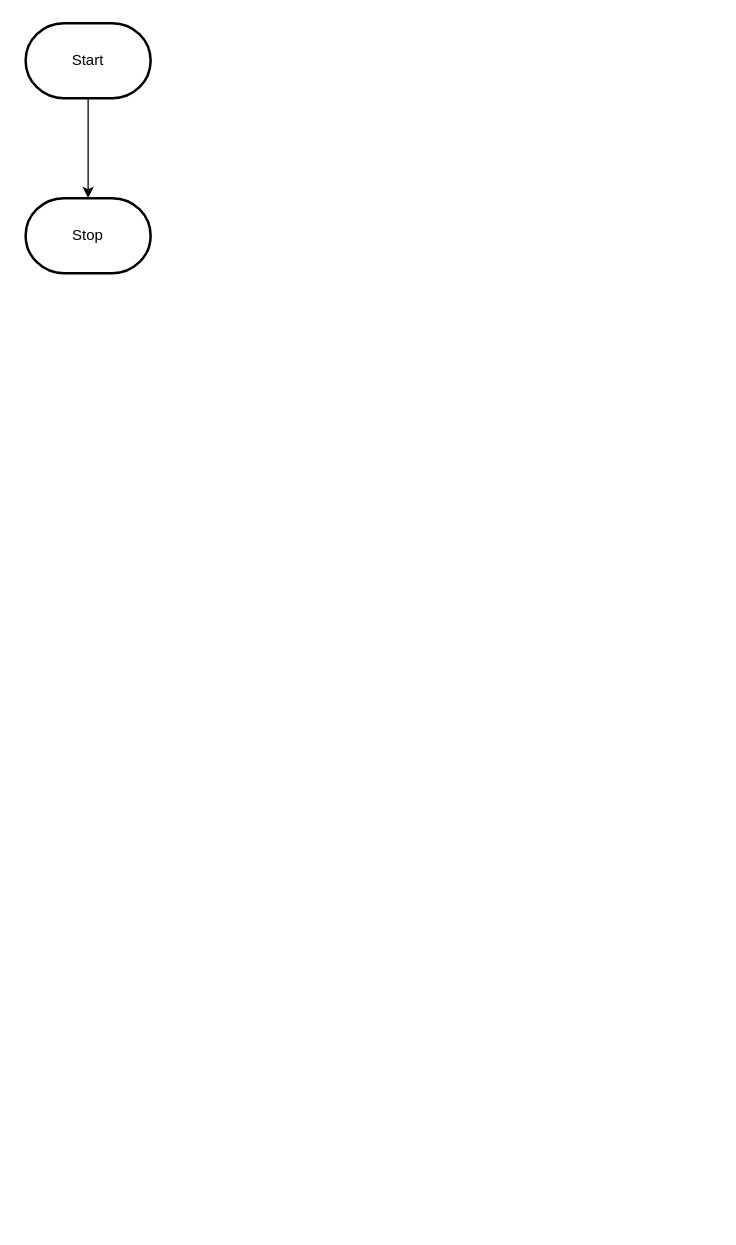
MTHS-ICS2O-2-2022/ICS2O-Unit-5-06-Bonnie-Zhu keeps this draw.io diagram as design/flowchart.drawio. Above is the earlier version. Source tidied: cells renumbered, new cells numbered last; positions are measured from the earlier drawing's top-left corner, leaving out a move shared by most shapes. Both pictures are drawn from the tidied source at 125%, with x=0, y=0 at pixel (25, 22).
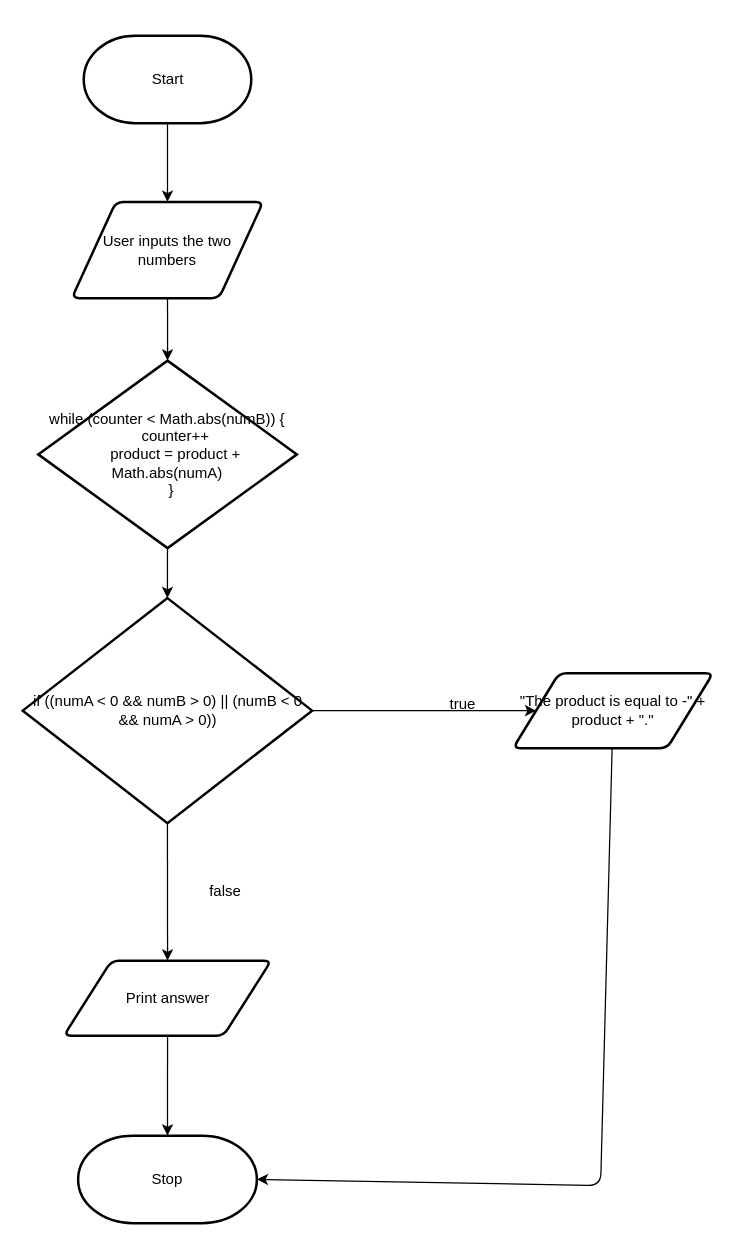
After the change.

The edit, as a diff of the source:
```diff
@@
 <mxGraphModel>
   <root>
     <mxCell id="0" />
     <mxCell id="1" parent="0" />
-    <mxCell id="2" style="edgeStyle=orthogonalEdgeStyle;html=1;rounded=0;" parent="1" edge="1" source="3" target="4">
-      <mxGeometry relative="1" as="geometry" />
-    </mxCell>
+    <mxCell id="5" style="edgeStyle=none;html=1;" parent="1" edge="1" source="3" target="7">
+      <mxGeometry relative="1" as="geometry" />
+    </mxCell>
     <mxCell id="3" value="Start" style="strokeWidth=2;html=1;shape=mxgraph.flowchart.terminator;whiteSpace=wrap;" parent="1" vertex="1">
-      <mxGeometry width="100" height="60" as="geometry" />
+      <mxGeometry x="46.5" y="10" width="134" height="70" as="geometry" />
     </mxCell>
+    <mxCell id="6" style="edgeStyle=none;html=1;entryX=0.5;entryY=0;entryDx=0;entryDy=0;entryPerimeter=0;" parent="1" edge="1" source="7" target="14">
+      <mxGeometry relative="1" as="geometry" />
+    </mxCell>
+    <mxCell id="7" value="User inputs the two numbers" style="shape=parallelogram;html=1;strokeWidth=2;perimeter=parallelogramPerimeter;whiteSpace=wrap;rounded=1;arcSize=12;size=0.23;" parent="1" vertex="1">
+      <mxGeometry x="37" y="143" width="153" height="77" as="geometry" />
+    </mxCell>
+    <mxCell id="8" style="edgeStyle=none;html=1;" parent="1" edge="1" source="9" target="4">
+      <mxGeometry relative="1" as="geometry" />
+    </mxCell>
+    <mxCell id="9" value="&lt;div&gt;Print answer&lt;/div&gt;" style="shape=parallelogram;html=1;strokeWidth=2;perimeter=parallelogramPerimeter;whiteSpace=wrap;rounded=1;arcSize=12;size=0.23;" parent="1" vertex="1">
+      <mxGeometry x="30.6" y="750" width="165.9" height="60" as="geometry" />
+    </mxCell>
     <mxCell id="4" value="Stop" style="strokeWidth=2;html=1;shape=mxgraph.flowchart.terminator;whiteSpace=wrap;" parent="1" vertex="1">
-      <mxGeometry y="140" width="100" height="60" as="geometry" />
+      <mxGeometry x="42" y="890" width="143" height="70" as="geometry" />
     </mxCell>
+    <mxCell id="10" style="edgeStyle=none;html=1;exitX=0.5;exitY=1;exitDx=0;exitDy=0;exitPerimeter=0;entryX=0.5;entryY=0;entryDx=0;entryDy=0;" parent="1" edge="1" source="12" target="9">
+      <mxGeometry relative="1" as="geometry" />
+    </mxCell>
+    <mxCell id="11" style="edgeStyle=none;html=1;" parent="1" edge="1" source="12" target="16">
+      <mxGeometry relative="1" as="geometry" />
+    </mxCell>
+    <mxCell id="12" value="if ((numA &amp;lt; 0 &amp;amp;&amp;amp; numB &amp;gt; 0) || (numB &amp;lt; 0 &amp;amp;&amp;amp; numA &amp;gt; 0))" style="strokeWidth=2;html=1;shape=mxgraph.flowchart.decision;whiteSpace=wrap;" parent="1" vertex="1">
+      <mxGeometry x="-2.3" y="460" width="231.5" height="180" as="geometry" />
+    </mxCell>
+    <mxCell id="13" style="edgeStyle=none;html=1;entryX=0.5;entryY=0;entryDx=0;entryDy=0;entryPerimeter=0;" parent="1" edge="1" source="14" target="12">
+      <mxGeometry relative="1" as="geometry" />
+    </mxCell>
+    <mxCell id="14" value="&lt;div&gt;while (counter &amp;lt; Math.abs(numB)) {&lt;/div&gt;&lt;div&gt;&amp;nbsp; &amp;nbsp; counter++&lt;/div&gt;&lt;div&gt;&amp;nbsp; &amp;nbsp; product = product + Math.abs(numA)&lt;/div&gt;&lt;div&gt;&amp;nbsp; }&lt;/div&gt;" style="strokeWidth=2;html=1;shape=mxgraph.flowchart.decision;whiteSpace=wrap;" parent="1" vertex="1">
+      <mxGeometry x="10.1" y="270" width="206.9" height="150" as="geometry" />
+    </mxCell>
+    <mxCell id="15" style="edgeStyle=none;html=1;entryX=1;entryY=0.5;entryDx=0;entryDy=0;entryPerimeter=0;" parent="1" edge="1" source="16" target="4">
+      <mxGeometry relative="1" as="geometry">
+        <Array as="points">
+          <mxPoint x="460" y="930" />
+        </Array>
+      </mxGeometry>
+    </mxCell>
+    <mxCell id="16" value="&quot;The product is equal to -&quot; + product + &quot;.&quot;" style="shape=parallelogram;html=1;strokeWidth=2;perimeter=parallelogramPerimeter;whiteSpace=wrap;rounded=1;arcSize=12;size=0.23;" parent="1" vertex="1">
+      <mxGeometry x="390" y="520" width="160" height="60" as="geometry" />
+    </mxCell>
+    <mxCell id="17" value="true" style="text;html=1;strokeColor=none;fillColor=none;align=center;verticalAlign=middle;whiteSpace=wrap;rounded=0;" parent="1" vertex="1">
+      <mxGeometry x="320" y="530" width="60" height="30" as="geometry" />
+    </mxCell>
+    <mxCell id="18" value="false" style="text;html=1;strokeColor=none;fillColor=none;align=center;verticalAlign=middle;whiteSpace=wrap;rounded=0;" parent="1" vertex="1">
+      <mxGeometry x="130" y="680" width="60" height="30" as="geometry" />
+    </mxCell>
   </root>
 </mxGraphModel>
```
